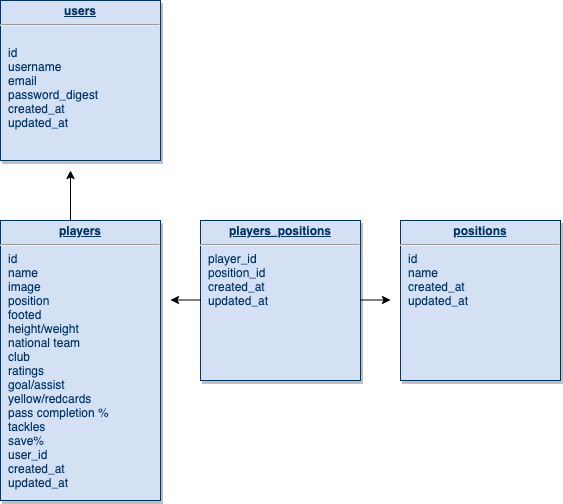
This is assets/erd.png from ryanslee91/wonderkid_report, a draw.io export, as it was before one commit. Source tidied: cells renumbered, new cells last; positions are measured from the earlier drawing's top-left corner, leaving out a move shared by most shapes.
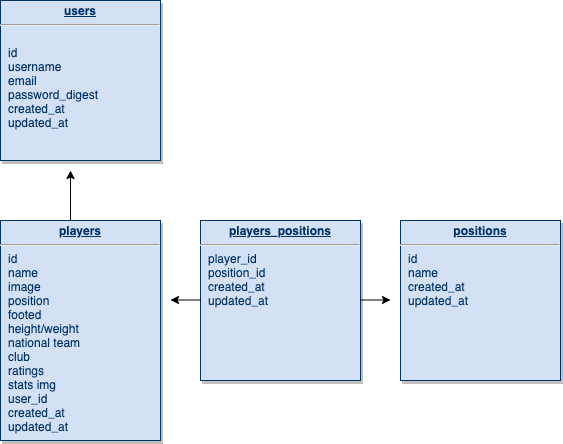
After the change.

The edit, as a diff of the source:
```diff
@@ -2,8 +2,8 @@
   <root>
     <mxCell id="0" />
     <mxCell id="1" parent="0" />
-    <mxCell id="2" value="&lt;p style=&quot;margin: 0px ; margin-top: 4px ; text-align: center ; text-decoration: underline&quot;&gt;&lt;b&gt;players&lt;/b&gt;&lt;/p&gt;&lt;hr&gt;&lt;p style=&quot;margin: 0px ; margin-left: 8px&quot;&gt;id&lt;/p&gt;&lt;p style=&quot;margin: 0px ; margin-left: 8px&quot;&gt;name&lt;/p&gt;&lt;p style=&quot;margin: 0px ; margin-left: 8px&quot;&gt;image&lt;/p&gt;&lt;p style=&quot;margin: 0px ; margin-left: 8px&quot;&gt;position&lt;/p&gt;&lt;p style=&quot;margin: 0px ; margin-left: 8px&quot;&gt;footed&lt;/p&gt;&lt;p style=&quot;margin: 0px ; margin-left: 8px&quot;&gt;height/weight&lt;/p&gt;&lt;p style=&quot;margin: 0px ; margin-left: 8px&quot;&gt;national team&lt;/p&gt;&lt;p style=&quot;margin: 0px ; margin-left: 8px&quot;&gt;club&lt;/p&gt;&lt;p style=&quot;margin: 0px ; margin-left: 8px&quot;&gt;ratings&lt;/p&gt;&lt;p style=&quot;margin: 0px ; margin-left: 8px&quot;&gt;goal/assist&lt;/p&gt;&lt;p style=&quot;margin: 0px ; margin-left: 8px&quot;&gt;yellow/redcards&lt;/p&gt;&lt;p style=&quot;margin: 0px ; margin-left: 8px&quot;&gt;pass completion %&lt;/p&gt;&lt;p style=&quot;margin: 0px ; margin-left: 8px&quot;&gt;tackles&lt;/p&gt;&lt;p style=&quot;margin: 0px ; margin-left: 8px&quot;&gt;save%&lt;/p&gt;&lt;p style=&quot;margin: 0px ; margin-left: 8px&quot;&gt;user_id&lt;/p&gt;&lt;p style=&quot;margin: 0px ; margin-left: 8px&quot;&gt;created_at&lt;/p&gt;&lt;p style=&quot;margin: 0px ; margin-left: 8px&quot;&gt;updated_at&lt;/p&gt;" style="verticalAlign=top;align=left;overflow=fill;fontSize=12;fontFamily=Helvetica;html=1;strokeColor=#003366;shadow=1;fillColor=#D4E1F5;fontColor=#003366;" parent="1" vertex="1">
-      <mxGeometry y="220" width="160" height="280" as="geometry" />
+    <mxCell id="2" value="&lt;p style=&quot;margin: 0px ; margin-top: 4px ; text-align: center ; text-decoration: underline&quot;&gt;&lt;b&gt;players&lt;/b&gt;&lt;/p&gt;&lt;hr&gt;&lt;p style=&quot;margin: 0px ; margin-left: 8px&quot;&gt;id&lt;/p&gt;&lt;p style=&quot;margin: 0px ; margin-left: 8px&quot;&gt;name&lt;/p&gt;&lt;p style=&quot;margin: 0px ; margin-left: 8px&quot;&gt;image&lt;/p&gt;&lt;p style=&quot;margin: 0px ; margin-left: 8px&quot;&gt;position&lt;/p&gt;&lt;p style=&quot;margin: 0px ; margin-left: 8px&quot;&gt;footed&lt;/p&gt;&lt;p style=&quot;margin: 0px ; margin-left: 8px&quot;&gt;height/weight&lt;/p&gt;&lt;p style=&quot;margin: 0px ; margin-left: 8px&quot;&gt;national team&lt;/p&gt;&lt;p style=&quot;margin: 0px ; margin-left: 8px&quot;&gt;club&lt;/p&gt;&lt;p style=&quot;margin: 0px ; margin-left: 8px&quot;&gt;ratings&lt;/p&gt;&lt;p style=&quot;margin: 0px ; margin-left: 8px&quot;&gt;stats img&lt;/p&gt;&lt;p style=&quot;margin: 0px ; margin-left: 8px&quot;&gt;user_id&lt;/p&gt;&lt;p style=&quot;margin: 0px ; margin-left: 8px&quot;&gt;created_at&lt;/p&gt;&lt;p style=&quot;margin: 0px ; margin-left: 8px&quot;&gt;updated_at&lt;/p&gt;" style="verticalAlign=top;align=left;overflow=fill;fontSize=12;fontFamily=Helvetica;html=1;strokeColor=#003366;shadow=1;fillColor=#D4E1F5;fontColor=#003366;" parent="1" vertex="1">
+      <mxGeometry y="220" width="160" height="220" as="geometry" />
     </mxCell>
     <mxCell id="3" value="&lt;p style=&quot;margin: 0px ; margin-top: 4px ; text-align: center ; text-decoration: underline&quot;&gt;&lt;b&gt;users&lt;/b&gt;&lt;/p&gt;&lt;hr&gt;&lt;p style=&quot;margin: 4px 0px 0px ; text-align: center&quot;&gt;&lt;br&gt;&lt;/p&gt;&lt;p style=&quot;margin: 0px 0px 0px 8px&quot;&gt;&lt;span&gt;id&lt;/span&gt;&lt;br&gt;&lt;/p&gt;&lt;p style=&quot;margin: 0px 0px 0px 8px&quot;&gt;username&lt;/p&gt;&lt;p style=&quot;margin: 0px 0px 0px 8px&quot;&gt;email&lt;/p&gt;&lt;p style=&quot;margin: 0px 0px 0px 8px&quot;&gt;password_digest&lt;/p&gt;&lt;p style=&quot;margin: 0px 0px 0px 8px&quot;&gt;created_at&lt;/p&gt;&lt;p style=&quot;margin: 0px 0px 0px 8px&quot;&gt;updated_at&lt;/p&gt;" style="verticalAlign=top;align=left;overflow=fill;fontSize=12;fontFamily=Helvetica;html=1;strokeColor=#003366;shadow=1;fillColor=#D4E1F5;fontColor=#003366;" parent="1" vertex="1">
       <mxGeometry width="160" height="160" as="geometry" />
```
